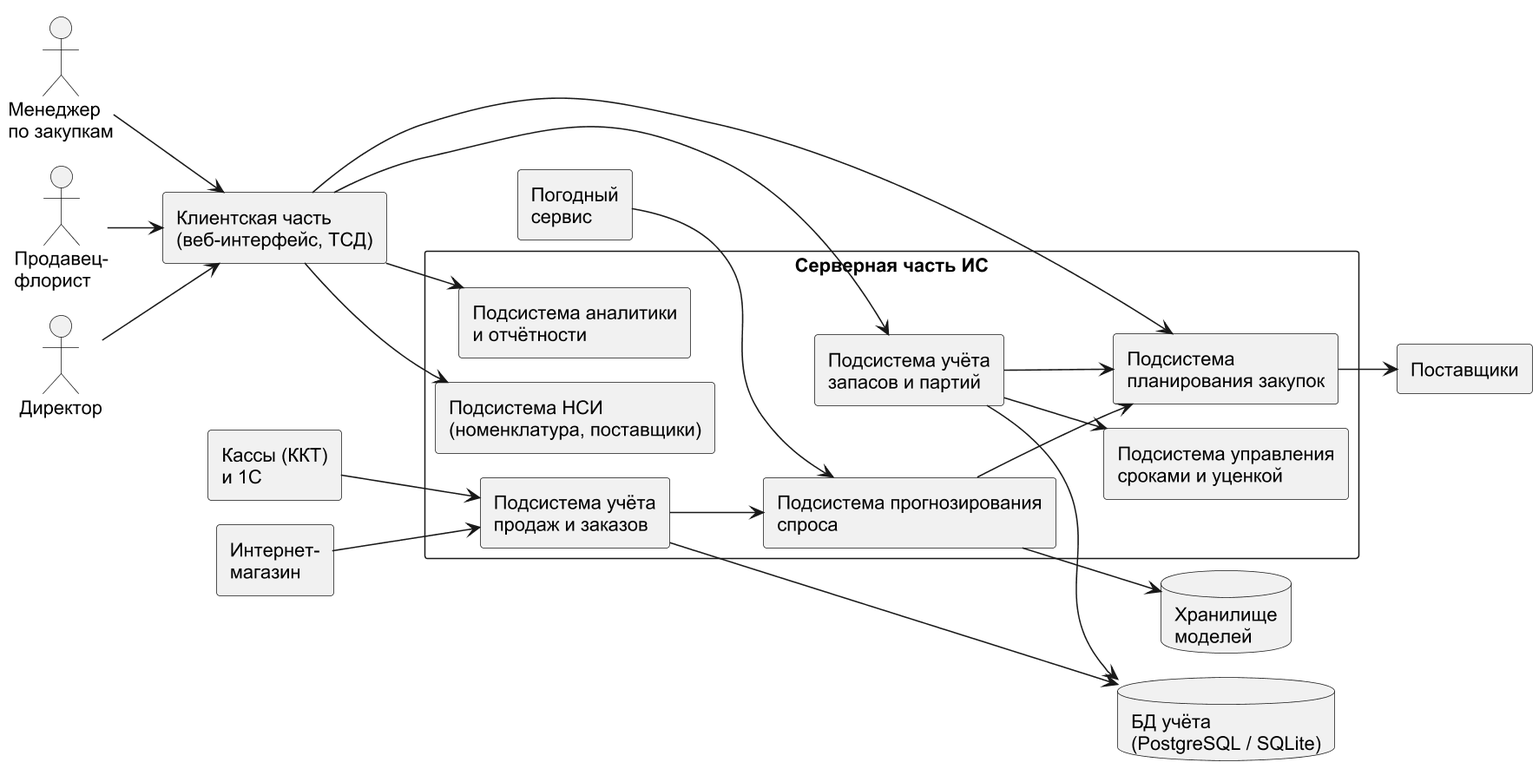
Earlier version of the PlantUML export diagrams/pr3_architecture.png (DarkSwordman999/flower-demand-planning). Its source is kept beside it as diagrams/pr3_architecture.puml.
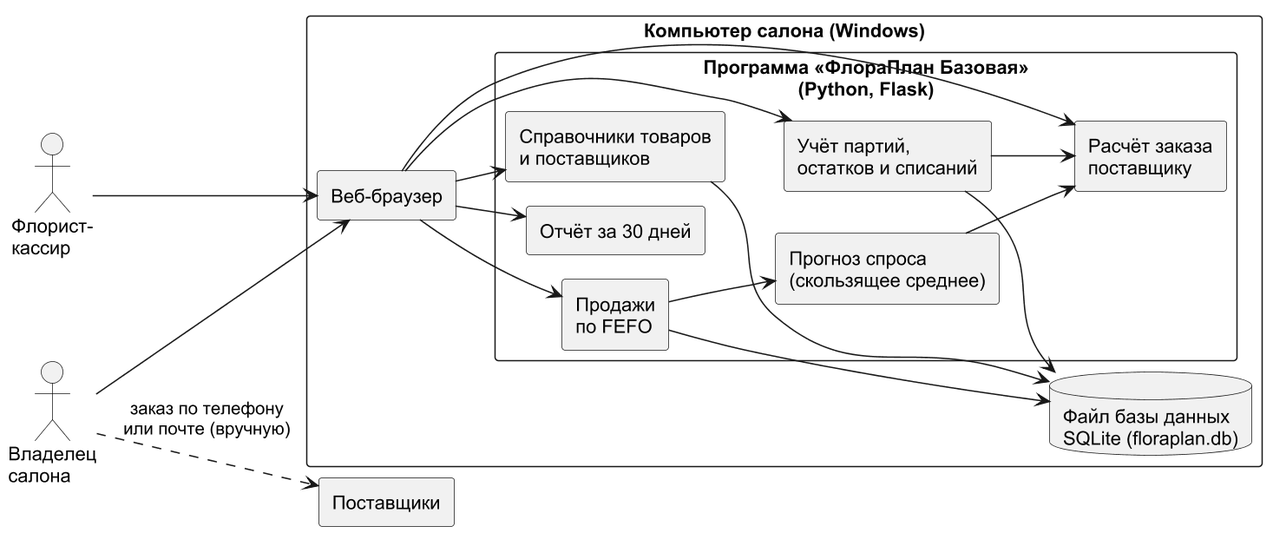
The same file after the commit.

Change to the diagram source:
```diff
@@ -5,41 +5,34 @@
 skinparam shadowing false
 skinparam monochrome true
 left to right direction
-actor "Менеджер\nпо закупкам" as MZ
-actor "Продавец-\nфлорист" as PF
-actor "Директор" as DIR
-rectangle "Клиентская часть\n(веб-интерфейс, ТСД)" as UI
-rectangle "Серверная часть ИС" as SRV {
-  rectangle "Подсистема НСИ\n(номенклатура, поставщики)" as A
-  rectangle "Подсистема учёта\nзапасов и партий" as B
-  rectangle "Подсистема учёта\nпродаж и заказов" as C
-  rectangle "Подсистема прогнозирования\nспроса" as D
-  rectangle "Подсистема\nпланирования закупок" as E
-  rectangle "Подсистема управления\nсроками и уценкой" as F
-  rectangle "Подсистема аналитики\nи отчётности" as G
+skinparam componentStyle rectangle
+actor "Флорист-\nкассир" as PF
+actor "Владелец\nсалона" as DIR
+rectangle "Компьютер салона (Windows)" as PC {
+  rectangle "Веб-браузер" as UI
+  rectangle "Программа «ФлораПлан Базовая»\n(Python, Flask)" as SRV {
+    rectangle "Справочники товаров\nи поставщиков" as A
+    rectangle "Учёт партий,\nостатков и списаний" as B
+    rectangle "Продажи\nпо FEFO" as C
+    rectangle "Прогноз спроса\n(скользящее среднее)" as D
+    rectangle "Расчёт заказа\nпоставщику" as E
+    rectangle "Отчёт за 30 дней" as G
+  }
+  database "Файл базы данных\nSQLite (floraplan.db)" as DB
 }
-database "БД учёта\n(PostgreSQL / SQLite)" as DB
-database "Хранилище\nмоделей" as MR
-rectangle "Кассы (ККТ)\nи 1С" as KKT
-rectangle "Интернет-\nмагазин" as WEB
 rectangle "Поставщики" as SUP
-rectangle "Погодный\nсервис" as WTH
-MZ --> UI
 PF --> UI
 DIR --> UI
 UI --> A
 UI --> B
+UI --> C
 UI --> E
 UI --> G
-KKT --> C
-WEB --> C
 C --> D
-WTH --> D
 D --> E
 B --> E
-B --> F
-E --> SUP
-D --> MR
+A --> DB
 B --> DB
 C --> DB
+DIR ..> SUP : заказ по телефону\nили почте (вручную)
 @enduml
```
